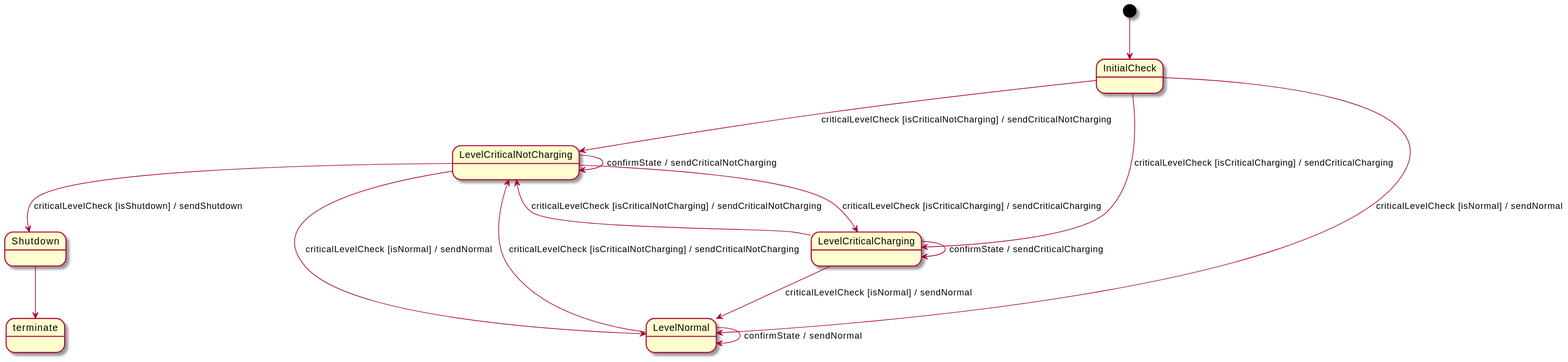
Before: module-services/service-evtmgr/doc/battery_level_check_state_machine.svg, a diagram exported from PlantUML (mudita/MuditaOS). Its diagram source:
```plantuml
@startuml

[*] --> InitialCheck
InitialCheck --> LevelCriticalNotCharging : criticalLevelCheck [isCriticalNotCharging] / sendCriticalNotCharging
InitialCheck --> LevelCriticalCharging : criticalLevelCheck [isCriticalCharging] / sendCriticalCharging
InitialCheck --> LevelNormal : criticalLevelCheck [isNormal] / sendNormal
LevelNormal --> LevelCriticalNotCharging : criticalLevelCheck [isCriticalNotCharging] / sendCriticalNotCharging
LevelCriticalNotCharging --> LevelCriticalCharging : criticalLevelCheck [isCriticalCharging] / sendCriticalCharging
LevelCriticalCharging --> LevelCriticalNotCharging : criticalLevelCheck [isCriticalNotCharging] / sendCriticalNotCharging
LevelCriticalNotCharging --> LevelNormal : criticalLevelCheck [isNormal] / sendNormal
LevelCriticalCharging --> LevelNormal : criticalLevelCheck [isNormal] / sendNormal
LevelCriticalNotCharging --> Shutdown : criticalLevelCheck [isShutdown] / sendShutdown
LevelNormal --> LevelNormal : confirmState / sendNormal
LevelCriticalNotCharging --> LevelCriticalNotCharging : confirmState / sendCriticalNotCharging
LevelCriticalCharging --> LevelCriticalCharging : confirmState / sendCriticalCharging
Shutdown --> terminate

@enduml
```
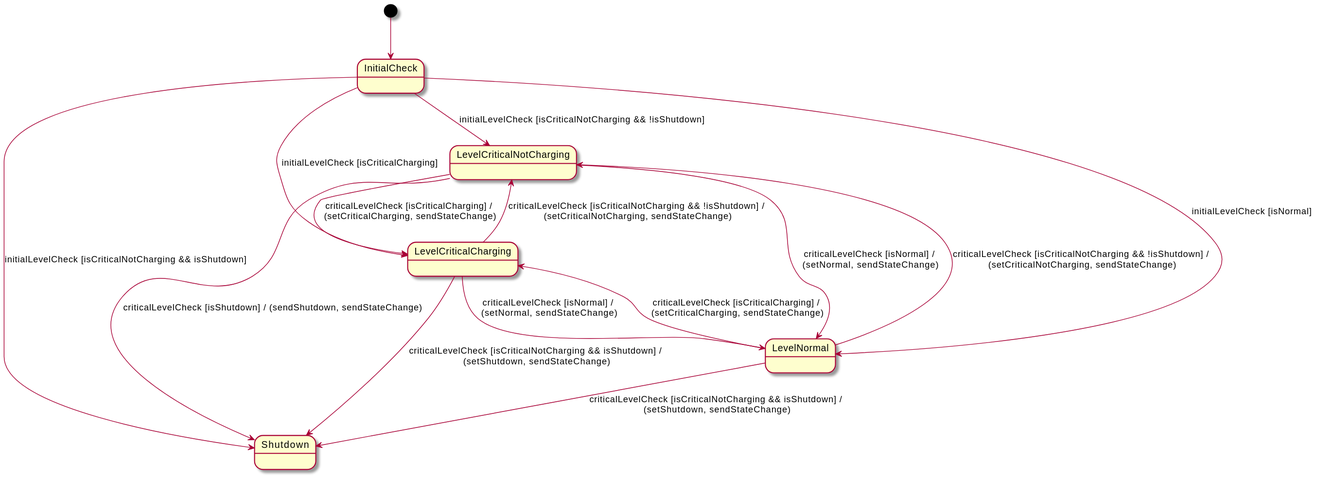
The same file after the commit.

What changed in the source:
```diff
@@ -1,18 +1,18 @@
 @startuml
 
 [*] --> InitialCheck
-InitialCheck --> LevelCriticalNotCharging : criticalLevelCheck [isCriticalNotCharging] / sendCriticalNotCharging
-InitialCheck --> LevelCriticalCharging : criticalLevelCheck [isCriticalCharging] / sendCriticalCharging
-InitialCheck --> LevelNormal : criticalLevelCheck [isNormal] / sendNormal
-LevelNormal --> LevelCriticalNotCharging : criticalLevelCheck [isCriticalNotCharging] / sendCriticalNotCharging
-LevelCriticalNotCharging --> LevelCriticalCharging : criticalLevelCheck [isCriticalCharging] / sendCriticalCharging
-LevelCriticalCharging --> LevelCriticalNotCharging : criticalLevelCheck [isCriticalNotCharging] / sendCriticalNotCharging
-LevelCriticalNotCharging --> LevelNormal : criticalLevelCheck [isNormal] / sendNormal
-LevelCriticalCharging --> LevelNormal : criticalLevelCheck [isNormal] / sendNormal
-LevelCriticalNotCharging --> Shutdown : criticalLevelCheck [isShutdown] / sendShutdown
-LevelNormal --> LevelNormal : confirmState / sendNormal
-LevelCriticalNotCharging --> LevelCriticalNotCharging : confirmState / sendCriticalNotCharging
-LevelCriticalCharging --> LevelCriticalCharging : confirmState / sendCriticalCharging
-Shutdown --> terminate
+InitialCheck --> LevelCriticalNotCharging : initialLevelCheck [isCriticalNotCharging && !isShutdown]
+InitialCheck --> Shutdown : initialLevelCheck [isCriticalNotCharging && isShutdown]
+InitialCheck --> LevelCriticalCharging : initialLevelCheck [isCriticalCharging]
+InitialCheck --> LevelNormal : initialLevelCheck [isNormal]
+LevelNormal --> LevelCriticalNotCharging : criticalLevelCheck [isCriticalNotCharging && !isShutdown] /\n (setCriticalNotCharging, sendStateChange)
+LevelNormal --> Shutdown : criticalLevelCheck [isCriticalNotCharging && isShutdown] /\n (setShutdown, sendStateChange)
+LevelNormal --> LevelCriticalCharging : criticalLevelCheck [isCriticalCharging] /\n (setCriticalCharging, sendStateChange)
+LevelCriticalNotCharging --> LevelNormal : criticalLevelCheck [isNormal] /\n (setNormal, sendStateChange)
+LevelCriticalNotCharging --> LevelCriticalCharging : criticalLevelCheck [isCriticalCharging] /\n (setCriticalCharging, sendStateChange)
+LevelCriticalNotCharging --> Shutdown : criticalLevelCheck [isShutdown] / (sendShutdown, sendStateChange)
+LevelCriticalCharging --> LevelCriticalNotCharging : criticalLevelCheck [isCriticalNotCharging && !isShutdown] /\n (setCriticalNotCharging, sendStateChange)
+LevelCriticalCharging --> LevelNormal : criticalLevelCheck [isNormal] /\n (setNormal, sendStateChange)
+LevelCriticalCharging --> Shutdown : criticalLevelCheck [isCriticalNotCharging && isShutdown] / \n(setShutdown, sendStateChange)
 
 @enduml
```
